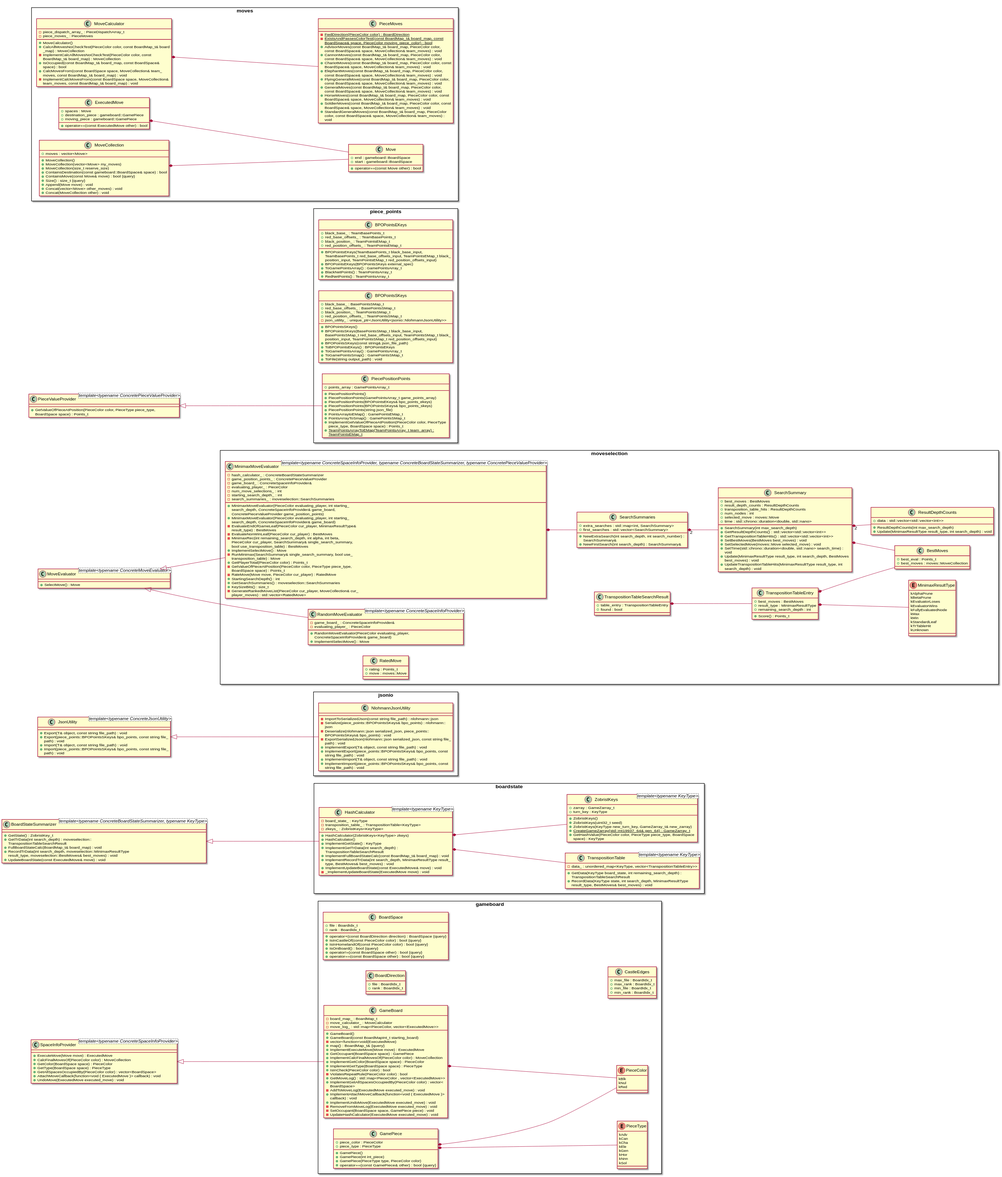
duanegoodner/xiangqigame keeps this PlantUML diagram as docs/plantuml/output.svg. Above is the earlier version.
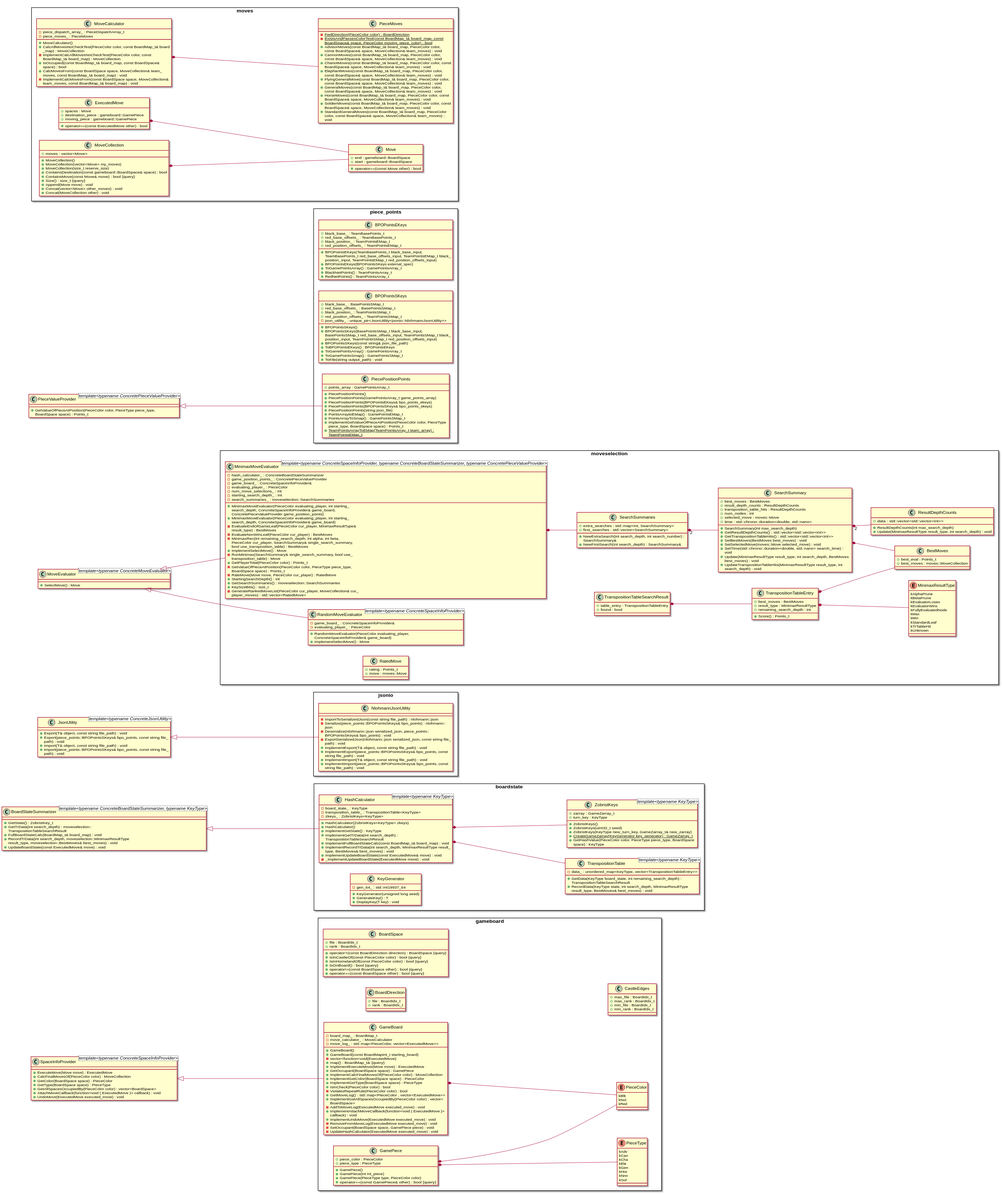
The same diagram one commit later.

Diff of the diagram source:
```diff
@@ -4,7 +4,6 @@
 skinparam wrapWidth 400
 left to right direction
 scale 0.75
-
 
 
 
@@ -350,6 +349,13 @@
 		-_ImplementUpdateBoardState(ExecutedMove move) : void
 	}
 
+	class KeyGenerator {
+		+KeyGenerator(unsigned long seed)
+		+GenerateKey() : T
+		-gen_64_ : std::mt19937_64
+		+DisplayKey(T key) : void
+	}
+
 	class TranspositionTable <template<typename KeyType>> {
 		+GetData(KeyType board_state, int remaining_search_depth) : TranspositionTableSearchResult
 		-data_ : unordered_map<KeyType, vector<TranspositionTableEntry>>
@@ -360,7 +366,7 @@
 		+ZobristKeys()
 		+ZobristKeys(uint32_t seed)
 		+ZobristKeys(KeyType new_turn_key, GameZarray_t& new_zarray)
-		+{static} CreateGameZarray(std::mt19937_64& gen_64) : GameZarray_t
+		+{static} CreateGameZarray(KeyGenerator key_generator) : GameZarray_t
 		+zarray : GameZarray_t
 		+GetHashValue(PieceColor color, PieceType piece_type, BoardSpace space) : KeyType
 		+turn_key : KeyType
```
